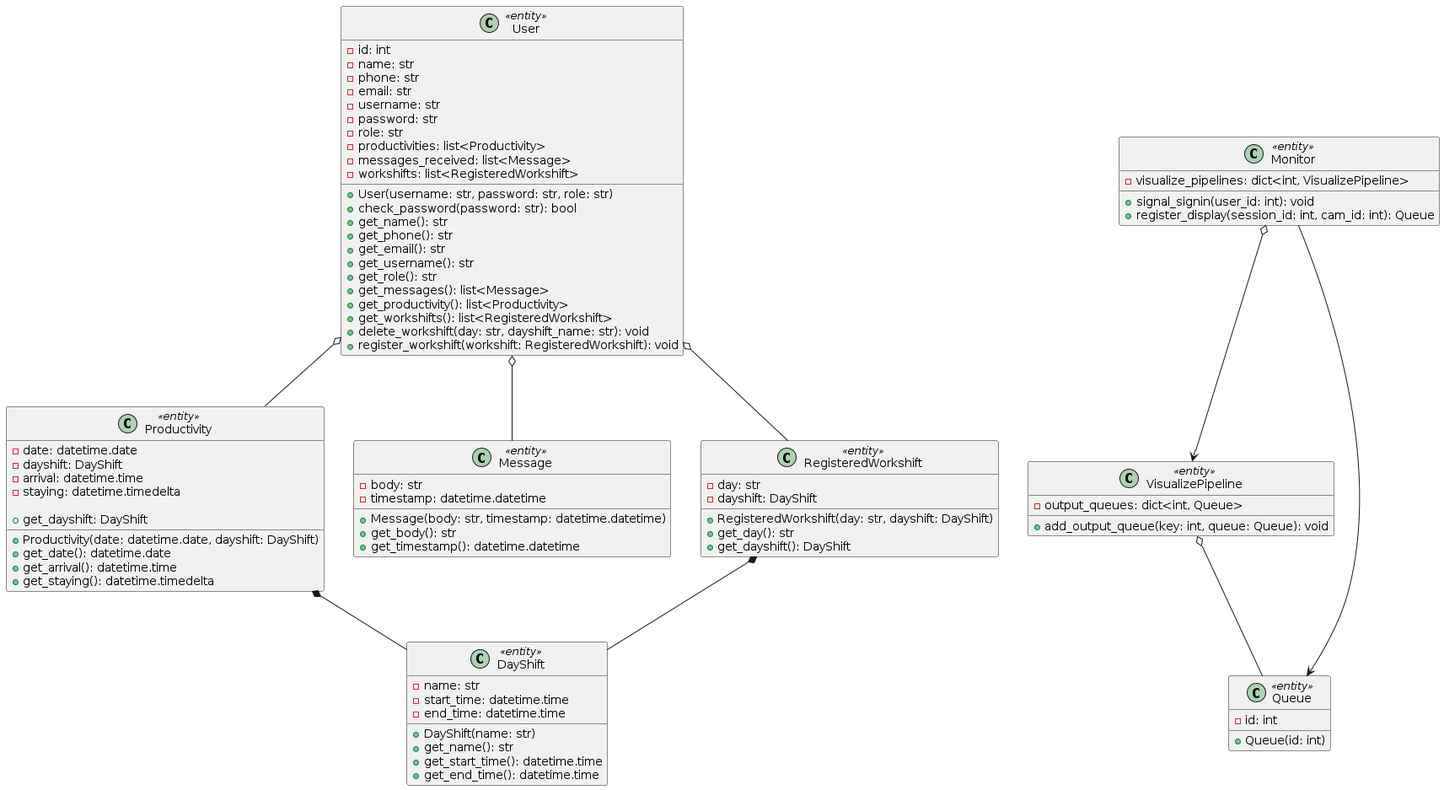
LapTQ/MCT keeps this PlantUML diagram as docs/UML/Class Details/model.png. Above is the earlier version.
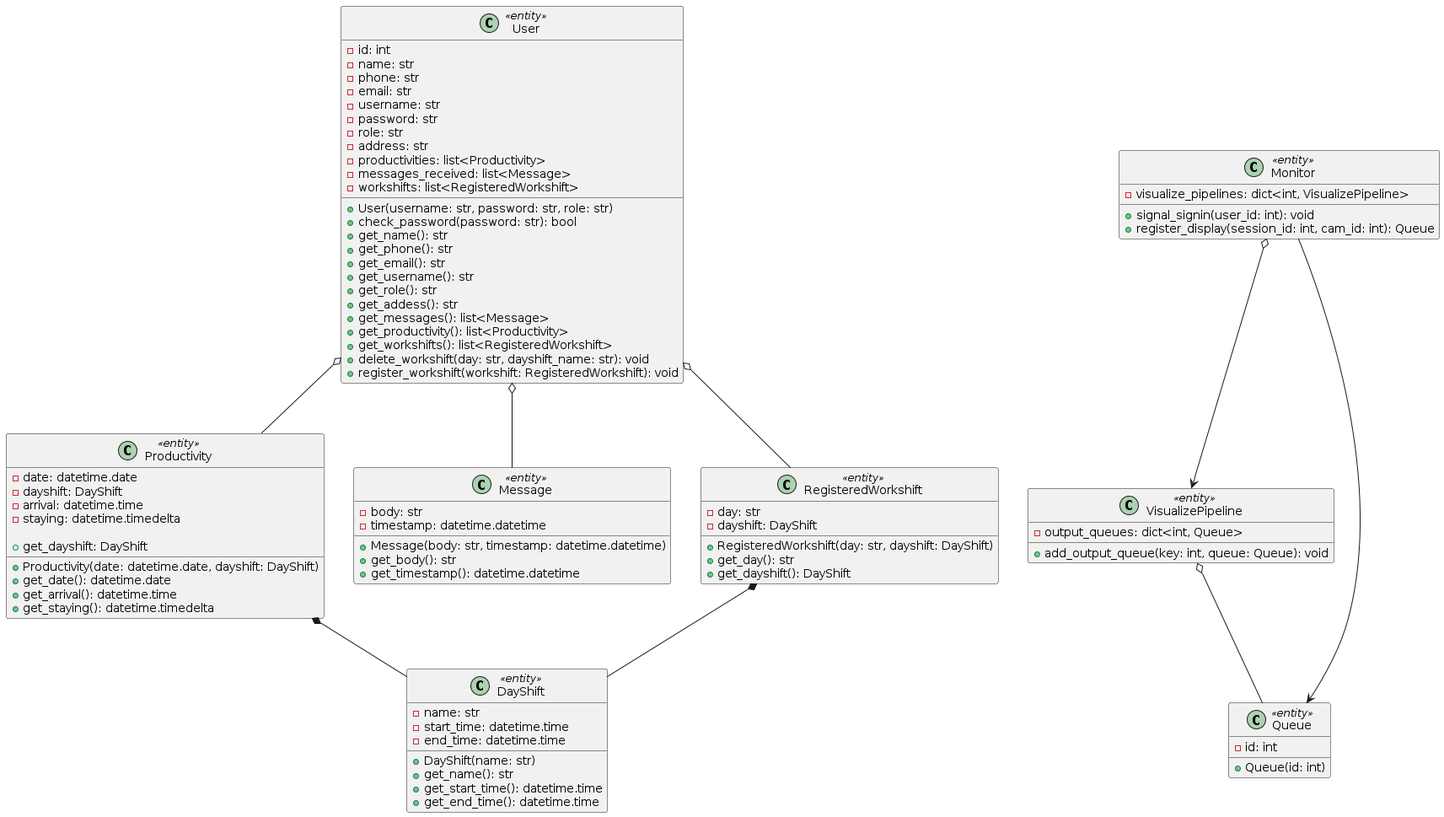
After the commit.

Change to the diagram source:
```diff
@@ -8,6 +8,7 @@
     - username: str
     - password: str
     - role: str
+    - address: str
     - productivities: list<Productivity>
     - messages_received: list<Message>
     - workshifts: list<RegisteredWorkshift>
@@ -19,6 +20,7 @@
     + get_email(): str
     + get_username(): str
     + get_role(): str
+    + get_addess(): str
     + get_messages(): list<Message>
     + get_productivity(): list<Productivity>
     + get_workshifts(): list<RegisteredWorkshift>
```
